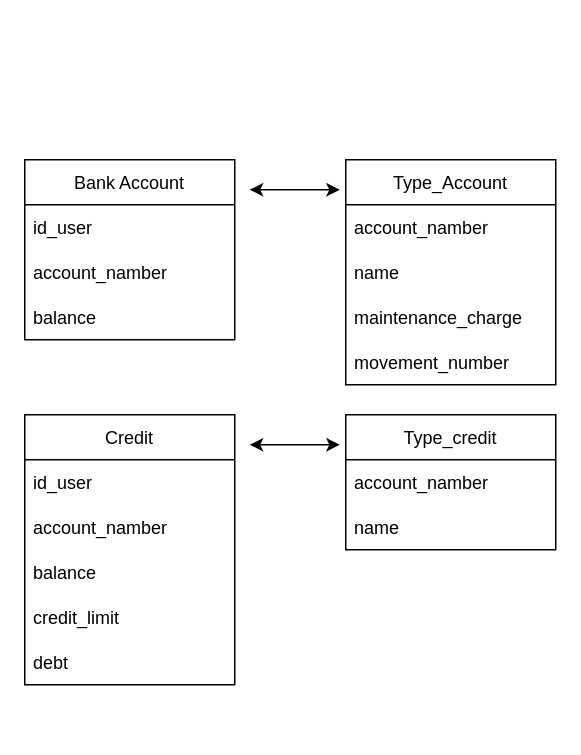
Above: page "Microservice Accounts" (2 of 3) of Diagrama sin título.drawio in RScodeSec/Microservice-architecture-Bank (draw.io), before the change. Source tidied: cells renumbered, new cells numbered last; positions are measured from the earlier drawing's top-left corner, leaving out a move shared by most shapes. Both pictures are drawn from the tidied source at 150%, with x=0, y=0 at pixel (24, 159).
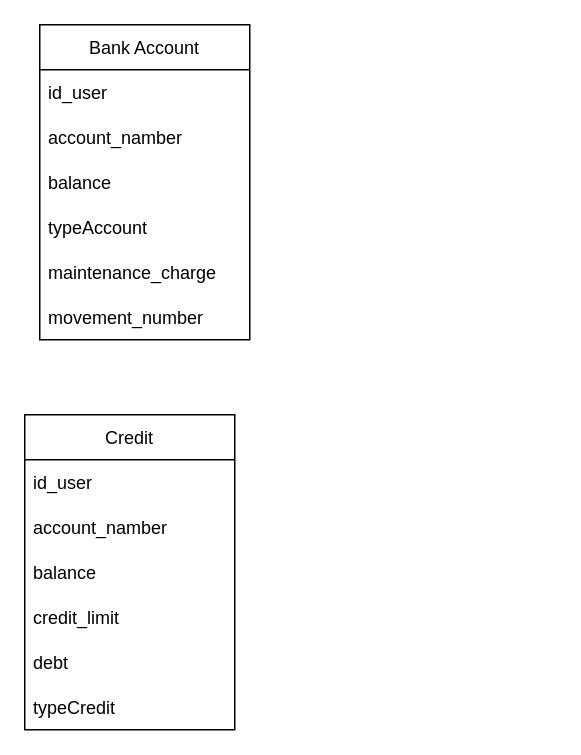
The same diagram, later.

The edit, as a diff of the source:
```diff
@@
     <mxCell id="2" value="Bank Account" style="swimlane;fontStyle=0;horizontal=1;startSize=30;" parent="1" vertex="1">
-      <mxGeometry width="140" height="120" as="geometry" />
+      <mxGeometry x="10" y="-90" width="140" height="210" as="geometry" />
     </mxCell>
@@
-    <mxCell id="6" value="Type_Account" style="swimlane;fontStyle=0;horizontal=1;startSize=30;" parent="1" vertex="1">
-      <mxGeometry x="214" width="140" height="150" as="geometry" />
-    </mxCell>
-    <mxCell id="7" value="account_namber" style="text;strokeColor=none;fillColor=none;align=left;verticalAlign=middle;spacingLeft=4;spacingRight=4;overflow=hidden;" parent="6" vertex="1">
-      <mxGeometry y="30" width="140" height="30" as="geometry" />
-    </mxCell>
-    <mxCell id="8" value="name" style="text;strokeColor=none;fillColor=none;align=left;verticalAlign=middle;spacingLeft=4;spacingRight=4;overflow=hidden;" parent="6" vertex="1">
-      <mxGeometry y="60" width="140" height="30" as="geometry" />
-    </mxCell>
+    <mxCell id="22" value="typeAccount" style="text;strokeColor=none;fillColor=none;align=left;verticalAlign=middle;spacingLeft=4;spacingRight=4;overflow=hidden;" parent="2" vertex="1">
+      <mxGeometry y="120" width="140" height="30" as="geometry" />
+    </mxCell>
-    <mxCell id="9" value="maintenance_charge" style="text;strokeColor=none;fillColor=none;align=left;verticalAlign=middle;spacingLeft=4;spacingRight=4;overflow=hidden;" parent="6" vertex="1">
-      <mxGeometry y="90" width="140" height="30" as="geometry" />
+    <mxCell id="9" value="maintenance_charge" style="text;strokeColor=none;fillColor=none;align=left;verticalAlign=middle;spacingLeft=4;spacingRight=4;overflow=hidden;" parent="2" vertex="1">
+      <mxGeometry y="150" width="140" height="30" as="geometry" />
     </mxCell>
-    <mxCell id="10" value="movement_number" style="text;strokeColor=none;fillColor=none;align=left;verticalAlign=middle;spacingLeft=4;spacingRight=4;overflow=hidden;" parent="6" vertex="1">
-      <mxGeometry y="120" width="140" height="30" as="geometry" />
+    <mxCell id="10" value="movement_number" style="text;strokeColor=none;fillColor=none;align=left;verticalAlign=middle;spacingLeft=4;spacingRight=4;overflow=hidden;" parent="2" vertex="1">
+      <mxGeometry y="180" width="140" height="30" as="geometry" />
     </mxCell>
-    <mxCell id="11" style="endArrow=classic;startArrow=classic;html=1;rounded=0;" parent="1" edge="1">
-      <mxGeometry relative="1" as="geometry">
-        <mxPoint x="150" y="20" as="sourcePoint" />
-        <mxPoint x="210" y="20" as="targetPoint" />
-      </mxGeometry>
-    </mxCell>
     <mxCell id="12" value="Credit" style="swimlane;fontStyle=0;horizontal=1;startSize=30;" parent="1" vertex="1">
-      <mxGeometry y="170" width="140" height="180" as="geometry" />
+      <mxGeometry y="170" width="140" height="210" as="geometry" />
     </mxCell>
@@
-    <mxCell id="18" value="Type_credit" style="swimlane;fontStyle=0;horizontal=1;startSize=30;" parent="1" vertex="1">
-      <mxGeometry x="214" y="170" width="140" height="90" as="geometry" />
-    </mxCell>
-    <mxCell id="19" value="account_namber" style="text;strokeColor=none;fillColor=none;align=left;verticalAlign=middle;spacingLeft=4;spacingRight=4;overflow=hidden;" parent="18" vertex="1">
-      <mxGeometry y="30" width="140" height="30" as="geometry" />
-    </mxCell>
-    <mxCell id="20" value="name" style="text;strokeColor=none;fillColor=none;align=left;verticalAlign=middle;spacingLeft=4;spacingRight=4;overflow=hidden;" parent="18" vertex="1">
-      <mxGeometry y="60" width="140" height="30" as="geometry" />
-    </mxCell>
-    <mxCell id="21" style="endArrow=classic;startArrow=classic;html=1;rounded=0;" parent="1" edge="1">
-      <mxGeometry relative="1" as="geometry">
-        <mxPoint x="150" y="190" as="sourcePoint" />
-        <mxPoint x="210" y="190" as="targetPoint" />
-      </mxGeometry>
-    </mxCell>
+    <mxCell id="23" value="typeCredit" style="text;strokeColor=none;fillColor=none;align=left;verticalAlign=middle;spacingLeft=4;spacingRight=4;overflow=hidden;" parent="12" vertex="1">
+      <mxGeometry y="180" width="140" height="30" as="geometry" />
+    </mxCell>
```
